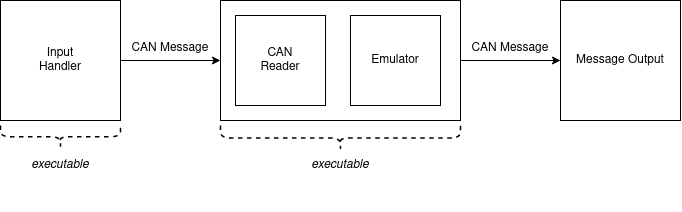
MatthewYung0/volvo-boot-camp-2022-smokey-lab keeps this draw.io diagram as docs/Project Requirements.png. Above is the earlier version. Source tidied: cells renumbered, new cells last; positions are measured from the earlier drawing's top-left corner, leaving out a move shared by most shapes.
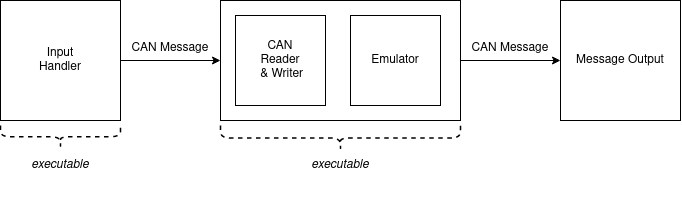
The same diagram one commit later.

Diff of the diagram source:
```diff
@@ -14,7 +14,7 @@
     <mxCell id="5" style="rounded=0;whiteSpace=wrap;html=1;" parent="1" vertex="1">
       <mxGeometry x="220" width="240" height="120" as="geometry" />
     </mxCell>
-    <mxCell id="6" value="&lt;div&gt;CAN &lt;br&gt;&lt;/div&gt;&lt;div&gt;Reader&lt;/div&gt;" style="whiteSpace=wrap;html=1;" parent="1" vertex="1">
+    <mxCell id="6" value="&lt;div&gt;CAN &lt;br&gt;&lt;/div&gt;&lt;div&gt;Reader&lt;/div&gt;&amp;nbsp;&amp;amp; Writer" style="whiteSpace=wrap;html=1;" parent="1" vertex="1">
       <mxGeometry x="235" y="15" width="90" height="90" as="geometry" />
     </mxCell>
     <mxCell id="7" value="Emulator" style="whiteSpace=wrap;html=1;" parent="1" vertex="1">
```
